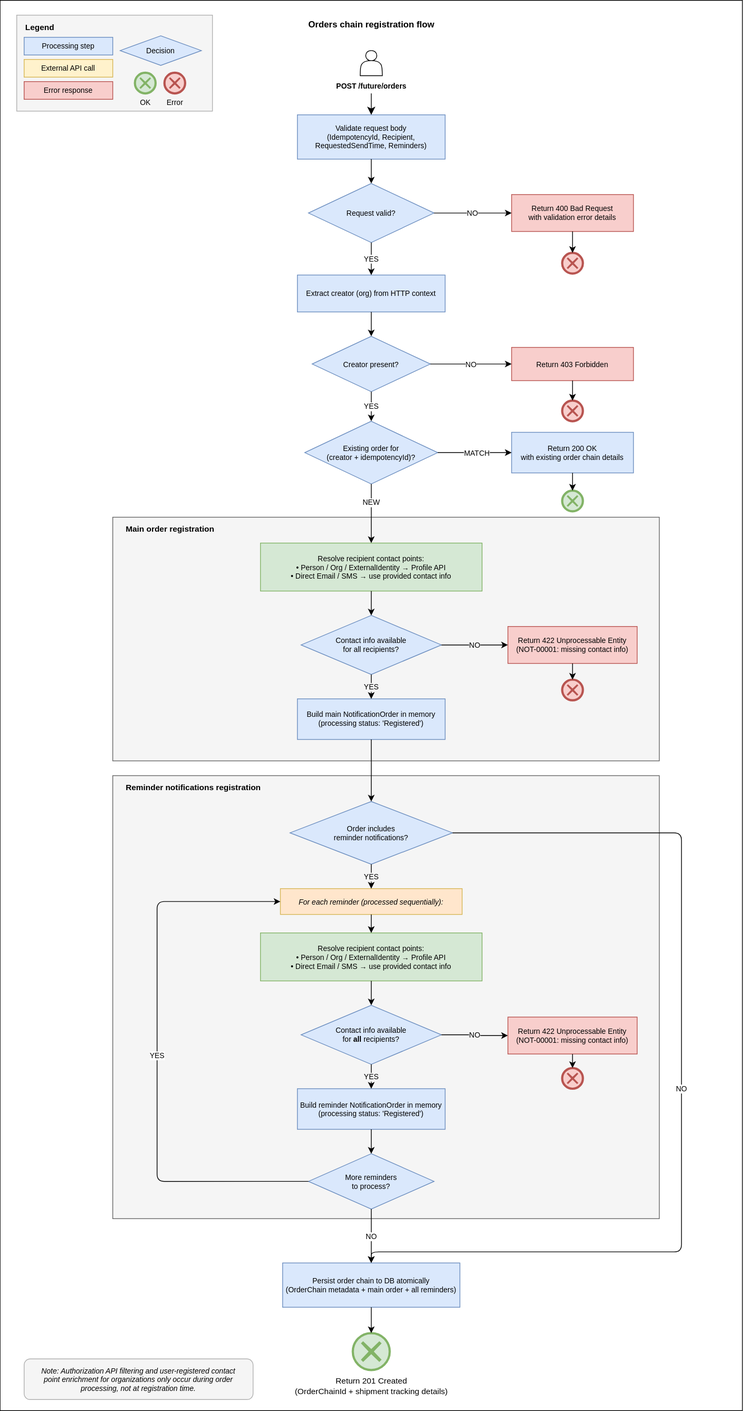
This is docs/architecture/flowchart-orders-chain-registration-process.svg from Altinn/altinn-notifications, a draw.io export, as it was before one commit. Source tidied: cells renumbered, new cells last; positions are measured from the earlier drawing's top-left corner, leaving out a move shared by most shapes.
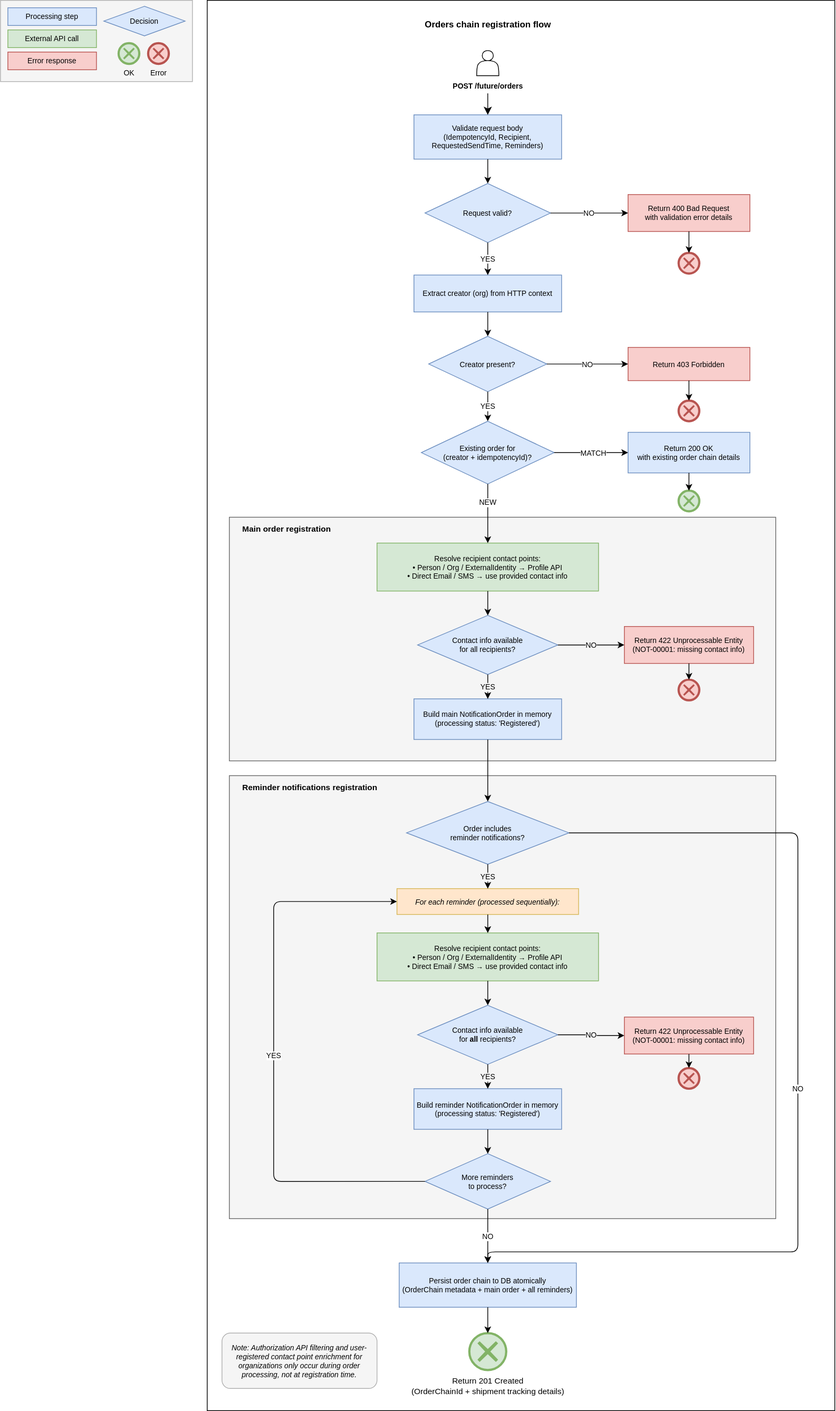
The same diagram one commit later.

Commit message:
Update legend spacing

Change to the diagram source:
```diff
@@ -3,7 +3,7 @@
     <mxCell id="0" />
     <mxCell id="1" parent="0" />
     <mxCell id="2" style="rounded=0;whiteSpace=wrap;html=1;" parent="1" vertex="1">
-      <mxGeometry x="-0.5" width="1005" height="1910" as="geometry" />
+      <mxGeometry x="122" width="850" height="1910" as="geometry" />
     </mxCell>
     <mxCell id="3" style="rounded=0;whiteSpace=wrap;html=1;fillColor=#f5f5f5;strokeColor=#666666;fontColor=#333333;" parent="1" vertex="1">
       <mxGeometry x="152" y="700" width="740" height="330" as="geometry" />
@@ -12,31 +12,28 @@
       <mxGeometry x="152" y="1050" width="740" height="600" as="geometry" />
     </mxCell>
     <mxCell id="5" style="rounded=0;whiteSpace=wrap;html=1;fillColor=#f5f5f5;strokeColor=#b0b0b0;" parent="1" vertex="1">
-      <mxGeometry x="22" y="20" width="265" height="130" as="geometry" />
+      <mxGeometry x="-158" width="260" height="110" as="geometry" />
     </mxCell>
     <mxCell id="6" value="&lt;font style=&quot;font-size: 12px;&quot;&gt;Orders chain registration flow&lt;/font&gt;" style="text;html=1;align=center;verticalAlign=middle;strokeColor=none;fillColor=none;fontSize=11;fontStyle=1;" parent="1" vertex="1">
       <mxGeometry x="332" y="20" width="340" height="25" as="geometry" />
     </mxCell>
-    <mxCell id="7" value="&lt;b&gt;Legend&lt;/b&gt;" style="text;html=1;align=left;verticalAlign=middle;strokeColor=none;fillColor=none;fontSize=11;" parent="1" vertex="1">
-      <mxGeometry x="32" y="28" width="80" height="18" as="geometry" />
-    </mxCell>
     <mxCell id="8" value="Processing step" style="rounded=0;whiteSpace=wrap;html=1;fillColor=#dae8fc;strokeColor=#6c8ebf;fontSize=10;" parent="1" vertex="1">
-      <mxGeometry x="32" y="50" width="120" height="24" as="geometry" />
+      <mxGeometry x="-148" y="10" width="120" height="24" as="geometry" />
     </mxCell>
-    <mxCell id="9" value="External API call" style="rounded=0;whiteSpace=wrap;html=1;fillColor=#fff2cc;strokeColor=#d6b656;fontSize=10;" parent="1" vertex="1">
-      <mxGeometry x="32" y="80" width="120" height="24" as="geometry" />
+    <mxCell id="9" value="External API call" style="rounded=0;whiteSpace=wrap;html=1;fillColor=#d5e8d4;strokeColor=#82b366;fontSize=10;" parent="1" vertex="1">
+      <mxGeometry x="-148" y="40" width="120" height="24" as="geometry" />
     </mxCell>
     <mxCell id="10" value="Error response" style="rounded=0;whiteSpace=wrap;html=1;fillColor=#f8cecc;strokeColor=#b85450;fontSize=10;" parent="1" vertex="1">
-      <mxGeometry x="32" y="110" width="120" height="24" as="geometry" />
+      <mxGeometry x="-148" y="70" width="120" height="24" as="geometry" />
     </mxCell>
     <mxCell id="11" value="Decision" style="rhombus;whiteSpace=wrap;html=1;fontSize=10;fillColor=#dae8fc;strokeColor=#6c8ebf;" parent="1" vertex="1">
-      <mxGeometry x="162" y="48" width="110" height="40" as="geometry" />
+      <mxGeometry x="-18" y="8" width="110" height="40" as="geometry" />
     </mxCell>
     <mxCell id="12" value="&lt;span style=&quot;background-color: rgb(245, 245, 245);&quot;&gt;OK&lt;/span&gt;" style="shape=mxgraph.bpmn.event;html=1;verticalLabelPosition=bottom;labelBackgroundColor=#ffffff;verticalAlign=top;align=center;perimeter=ellipsePerimeter;outline=end;symbol=cancel;fillColor=#d5e8d4;strokeColor=#82b366;fontSize=10;" parent="1" vertex="1">
-      <mxGeometry x="182" y="98" width="28" height="28" as="geometry" />
+      <mxGeometry x="2" y="58" width="28" height="28" as="geometry" />
     </mxCell>
     <mxCell id="13" value="&lt;span style=&quot;background-color: light-dark(rgb(245, 245, 245), rgb(18, 18, 18));&quot;&gt;&lt;font&gt;Error&lt;/font&gt;&lt;/span&gt;" style="shape=mxgraph.bpmn.event;html=1;verticalLabelPosition=bottom;labelBackgroundColor=#ffffff;verticalAlign=top;align=center;perimeter=ellipsePerimeter;outline=end;symbol=cancel;fillColor=#f8cecc;strokeColor=#b85450;fontSize=10;" parent="1" vertex="1">
-      <mxGeometry x="222" y="98" width="28" height="28" as="geometry" />
+      <mxGeometry x="42" y="58" width="28" height="28" as="geometry" />
     </mxCell>
     <mxCell id="14" value="&lt;font style=&quot;font-size: 11px;&quot;&gt;Main order registration&lt;/font&gt;" style="text;html=1;align=left;verticalAlign=middle;strokeColor=none;fillColor=none;fontSize=10;fontStyle=1;" parent="1" vertex="1">
       <mxGeometry x="168" y="706" width="260" height="20" as="geometry" />
@@ -128,8 +125,8 @@
     <mxCell id="43" value="&lt;font style=&quot;font-size: 11px;&quot;&gt;Return 201 Created&lt;br&gt;(OrderChainId + shipment tracking details)&lt;/font&gt;" style="text;html=1;align=center;verticalAlign=middle;strokeColor=none;fillColor=none;fontSize=10;" parent="1" vertex="1">
       <mxGeometry x="342" y="1862" width="320" height="30" as="geometry" />
     </mxCell>
-    <mxCell id="44" value="&lt;i&gt;&lt;font&gt;Note: Authorization API filtering and user-registered contact&lt;br&gt;point enrichment for organizations only occur during order&lt;br&gt;processing, not at registration time.&lt;/font&gt;&lt;/i&gt;" style="rounded=1;whiteSpace=wrap;html=1;fillColor=#f5f5f5;strokeColor=#b0b0b0;fontSize=10;fontStyle=2;" parent="1" vertex="1">
-      <mxGeometry x="32" y="1840" width="310" height="55" as="geometry" />
+    <mxCell id="44" value="&lt;i&gt;&lt;font&gt;Note: Authorization API filtering and user-registered contact point enrichment for organizations only occur during order&lt;br&gt;processing, not at registration time.&lt;/font&gt;&lt;/i&gt;" style="rounded=1;whiteSpace=wrap;html=1;fillColor=#f5f5f5;strokeColor=#b0b0b0;fontSize=10;fontStyle=2;" parent="1" vertex="1">
+      <mxGeometry x="142" y="1805" width="210" height="75" as="geometry" />
     </mxCell>
     <mxCell id="45" style="edgeStyle=orthogonalEdgeStyle;html=1;" parent="1" edge="1" source="17" target="18">
       <mxGeometry relative="1" as="geometry" />
```
